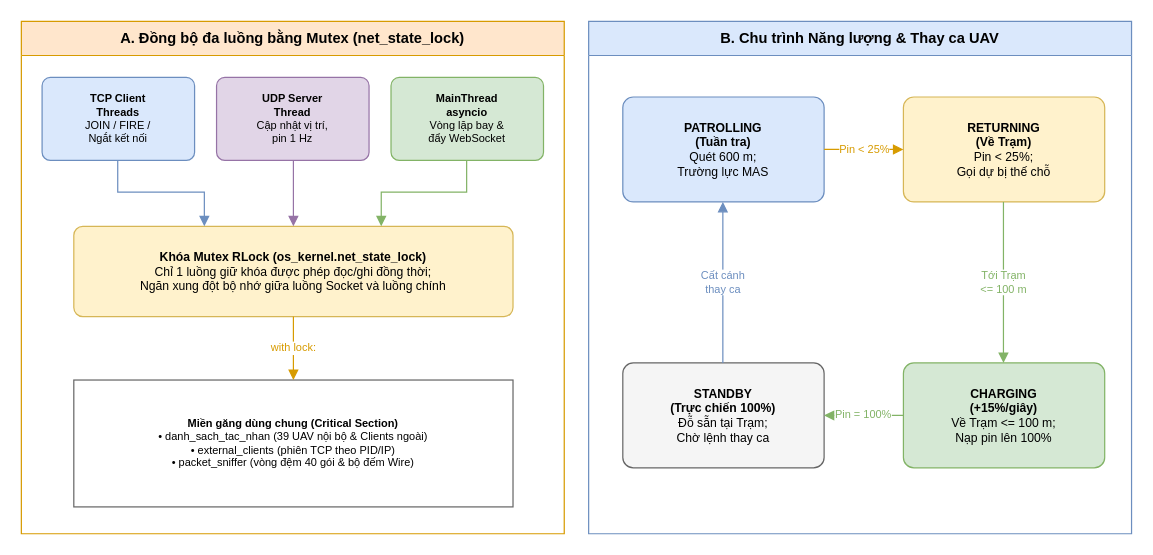
Earlier version of the draw.io diagram docs/diagrams_drawio/fig2_5_semaphore_lifecycle.drawio (xuanquy06/PBL4). Source tidied: cells renumbered, new cells numbered last; positions are measured from the earlier drawing's top-left corner, leaving out a move shared by most shapes. Both pictures are drawn from the tidied source at 122%, with x=0, y=0 at pixel (21, 21).
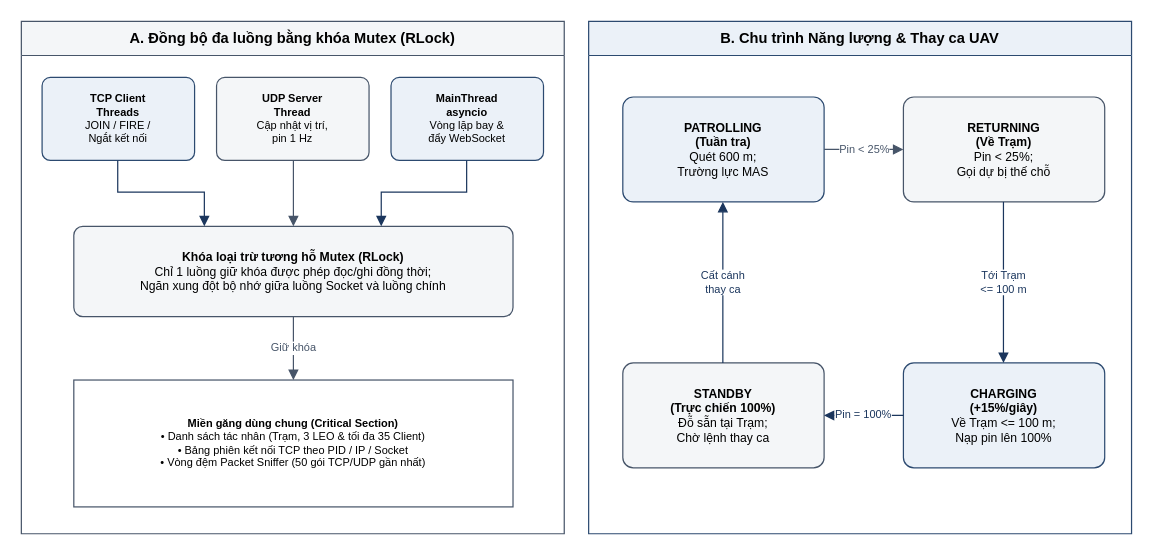
The same diagram, later.

The edit, as a diff of the source:
```diff
@@
-    <mxCell id="2" value="A. Đồng bộ đa luồng bằng Mutex (net_state_lock)" style="swimlane;whiteSpace=wrap;html=1;startSize=28;fillColor=#ffe6cc;strokeColor=#d79b00;swimlaneFillColor=#ffffff;fontSize=12;fontStyle=1;fontColor=#000000;" parent="1" vertex="1">
+    <mxCell id="2" value="A. Đồng bộ đa luồng bằng khóa Mutex (RLock)" style="swimlane;whiteSpace=wrap;html=1;startSize=28;fillColor=#F4F6F8;strokeColor=#475569;swimlaneFillColor=#FFFFFF;fontSize=12;fontStyle=1;fontColor=#000000;" parent="1" vertex="1">
       <mxGeometry width="445" height="420" as="geometry" />
     </mxCell>
-    <mxCell id="3" value="&lt;b&gt;TCP Client&lt;br&gt;Threads&lt;/b&gt;&lt;br&gt;JOIN / FIRE /&lt;br&gt;Ngắt kết nối" style="rounded=1;arcSize=10;whiteSpace=wrap;html=1;fillColor=#dae8fc;strokeColor=#6c8ebf;fontSize=9;fontColor=#000000;" parent="1" vertex="1">
+    <mxCell id="3" value="&lt;b&gt;TCP Client&lt;br&gt;Threads&lt;/b&gt;&lt;br&gt;JOIN / FIRE /&lt;br&gt;Ngắt kết nối" style="rounded=1;arcSize=10;whiteSpace=wrap;html=1;fillColor=#EBF1F8;strokeColor=#2C4A70;fontSize=9;fontColor=#000000;" parent="1" vertex="1">
       <mxGeometry x="17" y="46" width="125" height="68" as="geometry" />
     </mxCell>
-    <mxCell id="4" value="&lt;b&gt;UDP Server&lt;br&gt;Thread&lt;/b&gt;&lt;br&gt;Cập nhật vị trí,&lt;br&gt;pin 1 Hz" style="rounded=1;arcSize=10;whiteSpace=wrap;html=1;fillColor=#e1d5e7;strokeColor=#9673a6;fontSize=9;fontColor=#000000;" parent="1" vertex="1">
+    <mxCell id="4" value="&lt;b&gt;UDP Server&lt;br&gt;Thread&lt;/b&gt;&lt;br&gt;Cập nhật vị trí,&lt;br&gt;pin 1 Hz" style="rounded=1;arcSize=10;whiteSpace=wrap;html=1;fillColor=#F4F6F8;strokeColor=#475569;fontSize=9;fontColor=#000000;" parent="1" vertex="1">
       <mxGeometry x="160" y="46" width="125" height="68" as="geometry" />
     </mxCell>
-    <mxCell id="5" value="&lt;b&gt;MainThread&lt;br&gt;asyncio&lt;/b&gt;&lt;br&gt;Vòng lặp bay &amp;amp;&lt;br&gt;đẩy WebSocket" style="rounded=1;arcSize=10;whiteSpace=wrap;html=1;fillColor=#d5e8d4;strokeColor=#82b366;fontSize=9;fontColor=#000000;" parent="1" vertex="1">
+    <mxCell id="5" value="&lt;b&gt;MainThread&lt;br&gt;asyncio&lt;/b&gt;&lt;br&gt;Vòng lặp bay &amp;amp;&lt;br&gt;đẩy WebSocket" style="rounded=1;arcSize=10;whiteSpace=wrap;html=1;fillColor=#EBF1F8;strokeColor=#2C4A70;fontSize=9;fontColor=#000000;" parent="1" vertex="1">
       <mxGeometry x="303" y="46" width="125" height="68" as="geometry" />
     </mxCell>
-    <mxCell id="6" value="&lt;b&gt;Khóa Mutex RLock (os_kernel.net_state_lock)&lt;/b&gt;&lt;br&gt;Chỉ 1 luồng giữ khóa được phép đọc/ghi đồng thời;&lt;br&gt;Ngăn xung đột bộ nhớ giữa luồng Socket và luồng chính" style="rounded=1;arcSize=10;whiteSpace=wrap;html=1;fillColor=#fff2cc;strokeColor=#d6b656;fontSize=10;fontColor=#000000;" parent="1" vertex="1">
+    <mxCell id="6" value="&lt;b&gt;Khóa loại trừ tương hỗ Mutex (RLock)&lt;/b&gt;&lt;br&gt;Chỉ 1 luồng giữ khóa được phép đọc/ghi đồng thời;&lt;br&gt;Ngăn xung đột bộ nhớ giữa luồng Socket và luồng chính" style="rounded=1;arcSize=10;whiteSpace=wrap;html=1;fillColor=#F4F6F8;strokeColor=#475569;fontSize=10;fontColor=#000000;" parent="1" vertex="1">
       <mxGeometry x="43" y="168" width="360" height="74" as="geometry" />
     </mxCell>
-    <mxCell id="7" value="&lt;b&gt;Miền găng dùng chung (Critical Section)&lt;/b&gt;&lt;br&gt;• danh_sach_tac_nhan (39 UAV nội bộ &amp;amp; Clients ngoài)&lt;br&gt;• external_clients (phiên TCP theo PID/IP)&lt;br&gt;• packet_sniffer (vòng đệm 40 gói &amp;amp; bộ đếm Wire)" style="rounded=0;whiteSpace=wrap;html=1;fillColor=#ffffff;strokeColor=#666666;fontSize=9;fontColor=#000000;" parent="1" vertex="1">
+    <mxCell id="7" value="&lt;b&gt;Miền găng dùng chung (Critical Section)&lt;/b&gt;&lt;br&gt;• Danh sách tác nhân (Trạm, 3 LEO &amp;amp; tối đa 35 Client)&lt;br&gt;• Bảng phiên kết nối TCP theo PID / IP / Socket&lt;br&gt;• Vòng đệm Packet Sniffer (50 gói TCP/UDP gần nhất)" style="rounded=0;whiteSpace=wrap;html=1;fillColor=#FFFFFF;strokeColor=#475569;fontSize=9;fontColor=#000000;" parent="1" vertex="1">
       <mxGeometry x="43" y="294" width="360" height="104" as="geometry" />
     </mxCell>
-    <mxCell id="8" style="edgeStyle=orthogonalEdgeStyle;rounded=0;orthogonalLoop=1;jettySize=auto;html=1;strokeColor=#6c8ebf;fontColor=#6c8ebf;fontSize=9;endArrow=block;endFill=1;" parent="1" edge="1">
+    <mxCell id="8" style="edgeStyle=orthogonalEdgeStyle;rounded=0;orthogonalLoop=1;jettySize=auto;html=1;strokeColor=#1B365D;fontColor=#1B365D;fontSize=9;endArrow=block;endFill=1;" parent="1" edge="1">
       <mxGeometry relative="1" as="geometry">
         <mxPoint x="79" y="114" as="sourcePoint" />
         <mxPoint x="150" y="168" as="targetPoint" />
         <Array as="points">
           <mxPoint x="79" y="140" />
           <mxPoint x="150" y="140" />
         </Array>
       </mxGeometry>
     </mxCell>
-    <mxCell id="9" style="edgeStyle=orthogonalEdgeStyle;rounded=0;orthogonalLoop=1;jettySize=auto;html=1;strokeColor=#9673a6;fontColor=#9673a6;fontSize=9;endArrow=block;endFill=1;" parent="1" edge="1">
+    <mxCell id="9" style="edgeStyle=orthogonalEdgeStyle;rounded=0;orthogonalLoop=1;jettySize=auto;html=1;strokeColor=#475569;fontColor=#475569;fontSize=9;endArrow=block;endFill=1;" parent="1" edge="1">
       <mxGeometry relative="1" as="geometry">
         <mxPoint x="223" y="114" as="sourcePoint" />
         <mxPoint x="223" y="168" as="targetPoint" />
       </mxGeometry>
     </mxCell>
-    <mxCell id="10" style="edgeStyle=orthogonalEdgeStyle;rounded=0;orthogonalLoop=1;jettySize=auto;html=1;strokeColor=#82b366;fontColor=#82b366;fontSize=9;endArrow=block;endFill=1;" parent="1" edge="1">
+    <mxCell id="10" style="edgeStyle=orthogonalEdgeStyle;rounded=0;orthogonalLoop=1;jettySize=auto;html=1;strokeColor=#1B365D;fontColor=#1B365D;fontSize=9;endArrow=block;endFill=1;" parent="1" edge="1">
       <mxGeometry relative="1" as="geometry">
         <mxPoint x="365" y="114" as="sourcePoint" />
         <mxPoint x="295" y="168" as="targetPoint" />
         <Array as="points">
           <mxPoint x="365" y="140" />
           <mxPoint x="295" y="140" />
         </Array>
       </mxGeometry>
     </mxCell>
-    <mxCell id="11" value="with lock:" style="edgeStyle=orthogonalEdgeStyle;rounded=0;orthogonalLoop=1;jettySize=auto;html=1;strokeColor=#d79b00;fontColor=#d79b00;fontSize=9;endArrow=block;endFill=1;" parent="1" edge="1">
+    <mxCell id="11" value="Giữ khóa" style="edgeStyle=orthogonalEdgeStyle;rounded=0;orthogonalLoop=1;jettySize=auto;html=1;strokeColor=#475569;fontColor=#475569;fontSize=9;endArrow=block;endFill=1;" parent="1" edge="1">
       <mxGeometry relative="1" as="geometry">
         <mxPoint x="223" y="242" as="sourcePoint" />
         <mxPoint x="223" y="294" as="targetPoint" />
       </mxGeometry>
     </mxCell>
-    <mxCell id="12" value="B. Chu trình Năng lượng &amp;amp; Thay ca UAV" style="swimlane;whiteSpace=wrap;html=1;startSize=28;fillColor=#dae8fc;strokeColor=#6c8ebf;swimlaneFillColor=#ffffff;fontSize=12;fontStyle=1;fontColor=#000000;" parent="1" vertex="1">
+    <mxCell id="12" value="B. Chu trình Năng lượng &amp;amp; Thay ca UAV" style="swimlane;whiteSpace=wrap;html=1;startSize=28;fillColor=#EBF1F8;strokeColor=#2C4A70;swimlaneFillColor=#FFFFFF;fontSize=12;fontStyle=1;fontColor=#000000;" parent="1" vertex="1">
       <mxGeometry x="465" width="445" height="420" as="geometry" />
     </mxCell>
-    <mxCell id="13" value="&lt;b&gt;PATROLLING&lt;br&gt;(Tuần tra)&lt;/b&gt;&lt;br&gt;Quét 600 m;&lt;br&gt;Trường lực MAS" style="rounded=1;arcSize=10;whiteSpace=wrap;html=1;fillColor=#dae8fc;strokeColor=#6c8ebf;fontSize=10;fontColor=#000000;" parent="1" vertex="1">
+    <mxCell id="13" value="&lt;b&gt;PATROLLING&lt;br&gt;(Tuần tra)&lt;/b&gt;&lt;br&gt;Quét 600 m;&lt;br&gt;Trường lực MAS" style="rounded=1;arcSize=10;whiteSpace=wrap;html=1;fillColor=#EBF1F8;strokeColor=#2C4A70;fontSize=10;fontColor=#000000;" parent="1" vertex="1">
       <mxGeometry x="493" y="62" width="165" height="86" as="geometry" />
     </mxCell>
-    <mxCell id="14" value="&lt;b&gt;RETURNING&lt;br&gt;(Về Trạm)&lt;/b&gt;&lt;br&gt;Pin &amp;lt; 25%;&lt;br&gt;Gọi dự bị thế chỗ" style="rounded=1;arcSize=10;whiteSpace=wrap;html=1;fillColor=#fff2cc;strokeColor=#d6b656;fontSize=10;fontColor=#000000;" parent="1" vertex="1">
+    <mxCell id="14" value="&lt;b&gt;RETURNING&lt;br&gt;(Về Trạm)&lt;/b&gt;&lt;br&gt;Pin &amp;lt; 25%;&lt;br&gt;Gọi dự bị thế chỗ" style="rounded=1;arcSize=10;whiteSpace=wrap;html=1;fillColor=#F4F6F8;strokeColor=#475569;fontSize=10;fontColor=#000000;" parent="1" vertex="1">
       <mxGeometry x="723" y="62" width="165" height="86" as="geometry" />
     </mxCell>
-    <mxCell id="15" value="&lt;b&gt;CHARGING&lt;br&gt;(+15%/giây)&lt;/b&gt;&lt;br&gt;Về Trạm &amp;lt;= 100 m;&lt;br&gt;Nạp pin lên 100%" style="rounded=1;arcSize=10;whiteSpace=wrap;html=1;fillColor=#d5e8d4;strokeColor=#82b366;fontSize=10;fontColor=#000000;" parent="1" vertex="1">
+    <mxCell id="15" value="&lt;b&gt;CHARGING&lt;br&gt;(+15%/giây)&lt;/b&gt;&lt;br&gt;Về Trạm &amp;lt;= 100 m;&lt;br&gt;Nạp pin lên 100%" style="rounded=1;arcSize=10;whiteSpace=wrap;html=1;fillColor=#EBF1F8;strokeColor=#2C4A70;fontSize=10;fontColor=#000000;" parent="1" vertex="1">
       <mxGeometry x="723" y="280" width="165" height="86" as="geometry" />
     </mxCell>
-    <mxCell id="16" value="&lt;b&gt;STANDBY&lt;br&gt;(Trực chiến 100%)&lt;/b&gt;&lt;br&gt;Đỗ sẵn tại Trạm;&lt;br&gt;Chờ lệnh thay ca" style="rounded=1;arcSize=10;whiteSpace=wrap;html=1;fillColor=#f5f5f5;strokeColor=#666666;fontSize=10;fontColor=#000000;" parent="1" vertex="1">
+    <mxCell id="16" value="&lt;b&gt;STANDBY&lt;br&gt;(Trực chiến 100%)&lt;/b&gt;&lt;br&gt;Đỗ sẵn tại Trạm;&lt;br&gt;Chờ lệnh thay ca" style="rounded=1;arcSize=10;whiteSpace=wrap;html=1;fillColor=#F4F6F8;strokeColor=#475569;fontSize=10;fontColor=#000000;" parent="1" vertex="1">
       <mxGeometry x="493" y="280" width="165" height="86" as="geometry" />
     </mxCell>
-    <mxCell id="17" value="Pin &amp;lt; 25%" style="edgeStyle=orthogonalEdgeStyle;rounded=0;orthogonalLoop=1;jettySize=auto;html=1;strokeColor=#d79b00;fontColor=#d79b00;fontSize=9;endArrow=block;endFill=1;" parent="1" edge="1">
+    <mxCell id="17" value="Pin &amp;lt; 25%" style="edgeStyle=orthogonalEdgeStyle;rounded=0;orthogonalLoop=1;jettySize=auto;html=1;strokeColor=#475569;fontColor=#475569;fontSize=9;endArrow=block;endFill=1;" parent="1" edge="1">
       <mxGeometry relative="1" as="geometry">
         <mxPoint x="658" y="105" as="sourcePoint" />
         <mxPoint x="723" y="105" as="targetPoint" />
       </mxGeometry>
     </mxCell>
-    <mxCell id="18" value="Tới Trạm&lt;br&gt;&amp;lt;= 100 m" style="edgeStyle=orthogonalEdgeStyle;rounded=0;orthogonalLoop=1;jettySize=auto;html=1;strokeColor=#82b366;fontColor=#82b366;fontSize=9;endArrow=block;endFill=1;" parent="1" edge="1">
+    <mxCell id="18" value="Tới Trạm&lt;br&gt;&amp;lt;= 100 m" style="edgeStyle=orthogonalEdgeStyle;rounded=0;orthogonalLoop=1;jettySize=auto;html=1;strokeColor=#1B365D;fontColor=#1B365D;fontSize=9;endArrow=block;endFill=1;" parent="1" edge="1">
       <mxGeometry relative="1" as="geometry">
         <mxPoint x="805" y="148" as="sourcePoint" />
         <mxPoint x="805" y="280" as="targetPoint" />
       </mxGeometry>
     </mxCell>
-    <mxCell id="19" value="Pin = 100%" style="edgeStyle=orthogonalEdgeStyle;rounded=0;orthogonalLoop=1;jettySize=auto;html=1;strokeColor=#82b366;fontColor=#82b366;fontSize=9;endArrow=block;endFill=1;" parent="1" edge="1">
+    <mxCell id="19" value="Pin = 100%" style="edgeStyle=orthogonalEdgeStyle;rounded=0;orthogonalLoop=1;jettySize=auto;html=1;strokeColor=#1B365D;fontColor=#1B365D;fontSize=9;endArrow=block;endFill=1;" parent="1" edge="1">
       <mxGeometry relative="1" as="geometry">
         <mxPoint x="723" y="323" as="sourcePoint" />
         <mxPoint x="658" y="323" as="targetPoint" />
       </mxGeometry>
     </mxCell>
-    <mxCell id="20" value="Cất cánh&lt;br&gt;thay ca" style="edgeStyle=orthogonalEdgeStyle;rounded=0;orthogonalLoop=1;jettySize=auto;html=1;strokeColor=#6c8ebf;fontColor=#6c8ebf;fontSize=9;endArrow=block;endFill=1;" parent="1" edge="1">
+    <mxCell id="20" value="Cất cánh&lt;br&gt;thay ca" style="edgeStyle=orthogonalEdgeStyle;rounded=0;orthogonalLoop=1;jettySize=auto;html=1;strokeColor=#1B365D;fontColor=#1B365D;fontSize=9;endArrow=block;endFill=1;" parent="1" edge="1">
       <mxGeometry relative="1" as="geometry">
         <mxPoint x="575" y="280" as="sourcePoint" />
         <mxPoint x="575" y="148" as="targetPoint" />
       </mxGeometry>
     </mxCell>
```
